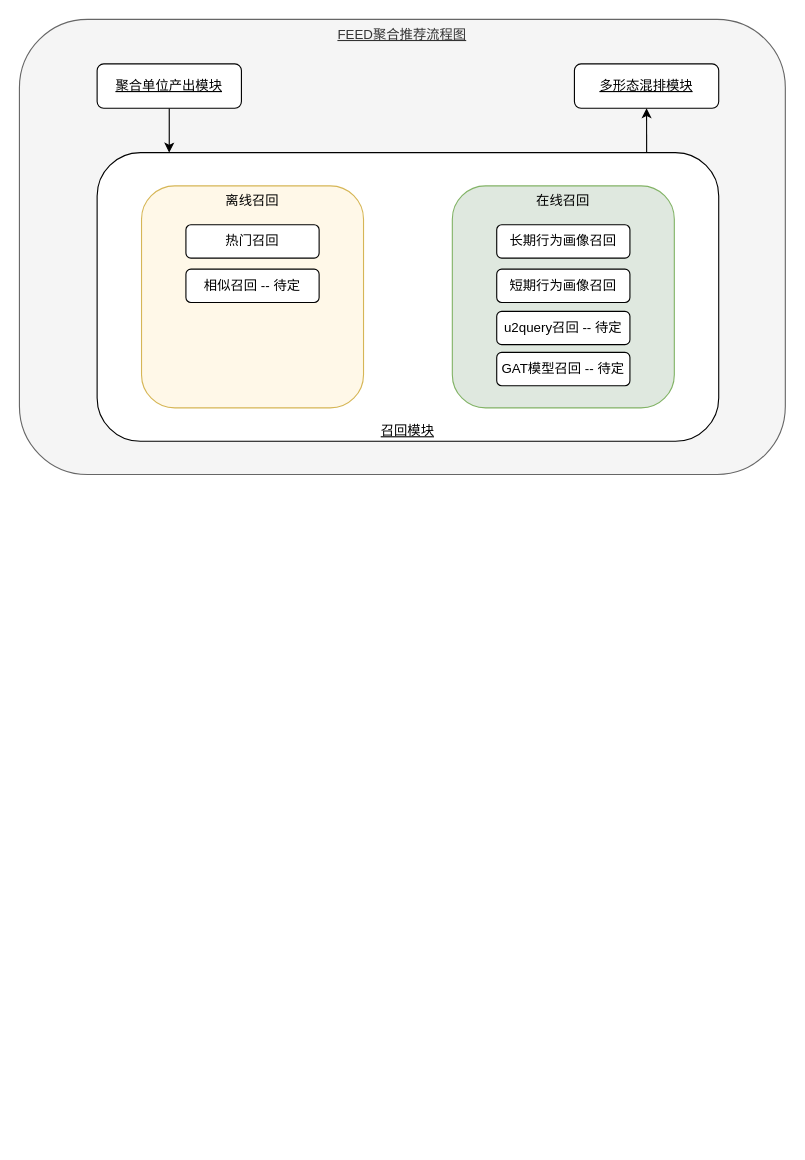
Above: juhetj_zh.drawio in ChenPengyao/drawio (draw.io), before the change. Source tidied: cells renumbered, new cells numbered last; positions are measured from the earlier drawing's top-left corner, leaving out a move shared by most shapes. Both pictures are drawn from the tidied source at 111%, with x=0, y=0 at pixel (19, 19).
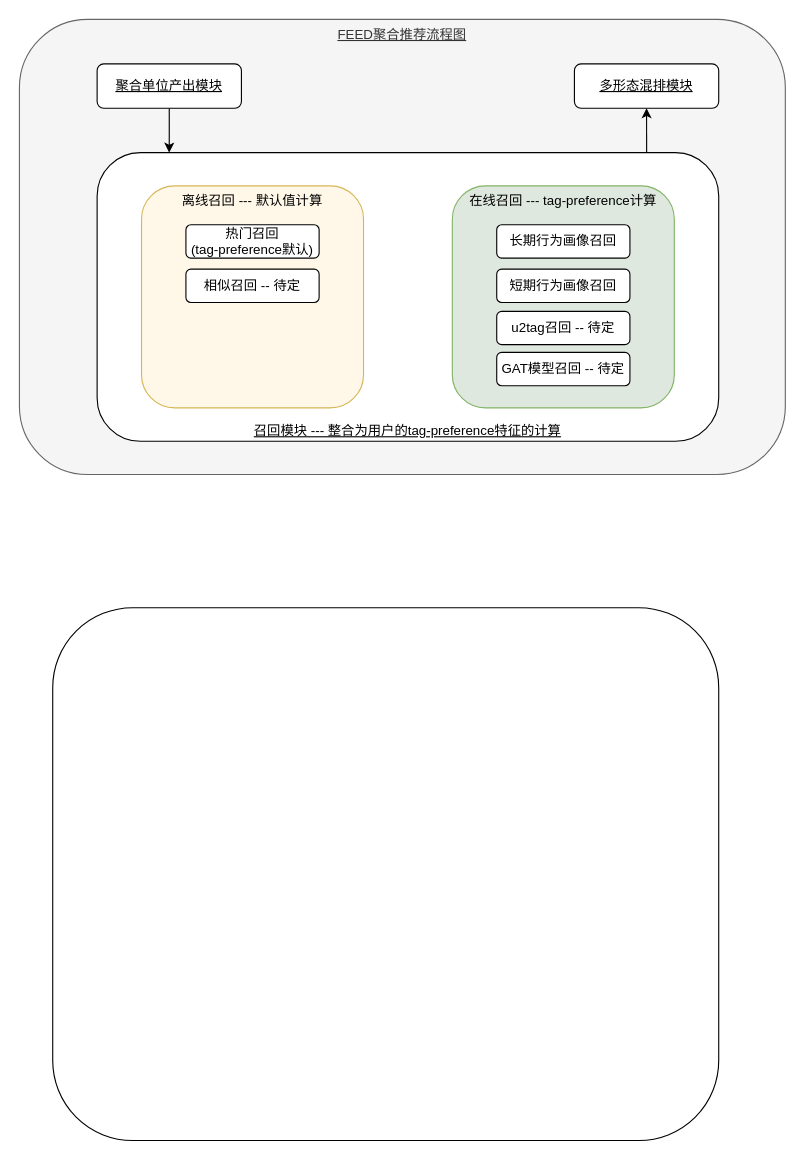
Above is the later version.

Change to the diagram source:
```diff
@@
 <mxGraphModel>
   <root>
     <mxCell id="0" />
     <mxCell id="1" parent="0" />
     <mxCell id="2" value="FEED聚合推荐流程图" style="rounded=1;whiteSpace=wrap;html=1;verticalAlign=top;fontStyle=4;fillColor=#f5f5f5;strokeColor=#666666;fontColor=#333333;" parent="1" vertex="1">
       <mxGeometry width="690" height="410" as="geometry" />
     </mxCell>
     <mxCell id="3" style="edgeStyle=orthogonalEdgeStyle;rounded=0;jettySize=auto;html=1;exitX=0.5;exitY=1;exitDx=0;exitDy=0;entryX=0.116;entryY=0;entryDx=0;entryDy=0;entryPerimeter=0;" parent="1" edge="1" source="4" target="7">
       <mxGeometry relative="1" as="geometry" />
     </mxCell>
     <mxCell id="4" value="聚合单位产出模块" style="rounded=1;whiteSpace=wrap;html=1;verticalAlign=middle;fontStyle=4;" parent="1" vertex="1">
       <mxGeometry x="70" y="40" width="130" height="40" as="geometry" />
     </mxCell>
     <mxCell id="5" value="多形态混排模块" style="rounded=1;whiteSpace=wrap;html=1;verticalAlign=middle;fontStyle=4;" parent="1" vertex="1">
       <mxGeometry x="500" y="40" width="130" height="40" as="geometry" />
     </mxCell>
     <mxCell id="6" style="edgeStyle=orthogonalEdgeStyle;rounded=0;jettySize=auto;html=1;entryX=0.5;entryY=1;entryDx=0;entryDy=0;exitX=0.884;exitY=0.003;exitDx=0;exitDy=0;exitPerimeter=0;" parent="1" edge="1" source="7" target="5">
       <mxGeometry relative="1" as="geometry" />
     </mxCell>
-    <mxCell id="7" value="召回模块" style="rounded=1;whiteSpace=wrap;html=1;verticalAlign=bottom;fontStyle=4;" parent="1" vertex="1">
+    <mxCell id="7" value="召回模块 --- 整合为用户的tag-preference特征的计算" style="rounded=1;whiteSpace=wrap;html=1;verticalAlign=bottom;fontStyle=4;" parent="1" vertex="1">
       <mxGeometry x="70" y="120" width="560" height="260" as="geometry" />
     </mxCell>
-    <mxCell id="8" value="离线召回" style="rounded=1;whiteSpace=wrap;html=1;verticalAlign=top;strokeColor=#d6b656;fillColor=#FFF8E8;" parent="1" vertex="1">
+    <mxCell id="8" value="离线召回 --- 默认值计算" style="rounded=1;whiteSpace=wrap;html=1;verticalAlign=top;strokeColor=#d6b656;fillColor=#FFF8E8;" parent="1" vertex="1">
       <mxGeometry x="110" y="150" width="200" height="200" as="geometry" />
     </mxCell>
-    <mxCell id="9" value="在线召回" style="rounded=1;whiteSpace=wrap;html=1;verticalAlign=top;strokeColor=#82b366;fillColor=#DFE8DF;" parent="1" vertex="1">
+    <mxCell id="9" value="在线召回 --- tag-preference计算" style="rounded=1;whiteSpace=wrap;html=1;verticalAlign=top;strokeColor=#82b366;fillColor=#DFE8DF;" parent="1" vertex="1">
       <mxGeometry x="390" y="150" width="200" height="200" as="geometry" />
     </mxCell>
-    <mxCell id="10" value="热门召回" style="rounded=1;whiteSpace=wrap;html=1;" parent="1" vertex="1">
+    <mxCell id="10" value="热门召回&lt;br&gt;(tag-preference默认)" style="rounded=1;whiteSpace=wrap;html=1;" parent="1" vertex="1">
       <mxGeometry x="150" y="185" width="120" height="30" as="geometry" />
     </mxCell>
     <mxCell id="11" value="相似召回 -- 待定" style="rounded=1;whiteSpace=wrap;html=1;" parent="1" vertex="1">
       <mxGeometry x="150" y="225" width="120" height="30" as="geometry" />
     </mxCell>
     <mxCell id="12" value="长期行为画像召回" style="rounded=1;whiteSpace=wrap;html=1;" parent="1" vertex="1">
       <mxGeometry x="430" y="185" width="120" height="30" as="geometry" />
     </mxCell>
     <mxCell id="13" value="短期行为画像召回" style="rounded=1;whiteSpace=wrap;html=1;" parent="1" vertex="1">
       <mxGeometry x="430" y="225" width="120" height="30" as="geometry" />
     </mxCell>
-    <mxCell id="14" value="u2query召回 -- 待定" style="rounded=1;whiteSpace=wrap;html=1;" parent="1" vertex="1">
+    <mxCell id="14" value="u2tag召回 -- 待定" style="rounded=1;whiteSpace=wrap;html=1;" parent="1" vertex="1">
       <mxGeometry x="430" y="263" width="120" height="30" as="geometry" />
     </mxCell>
     <mxCell id="15" value="GAT模型召回 -- 待定" style="rounded=1;whiteSpace=wrap;html=1;" parent="1" vertex="1">
       <mxGeometry x="430" y="300" width="120" height="30" as="geometry" />
     </mxCell>
+    <mxCell id="16" style="rounded=1;whiteSpace=wrap;html=1;" parent="1" vertex="1">
+      <mxGeometry x="30" y="530" width="600" height="480" as="geometry" />
+    </mxCell>
   </root>
 </mxGraphModel>
```
